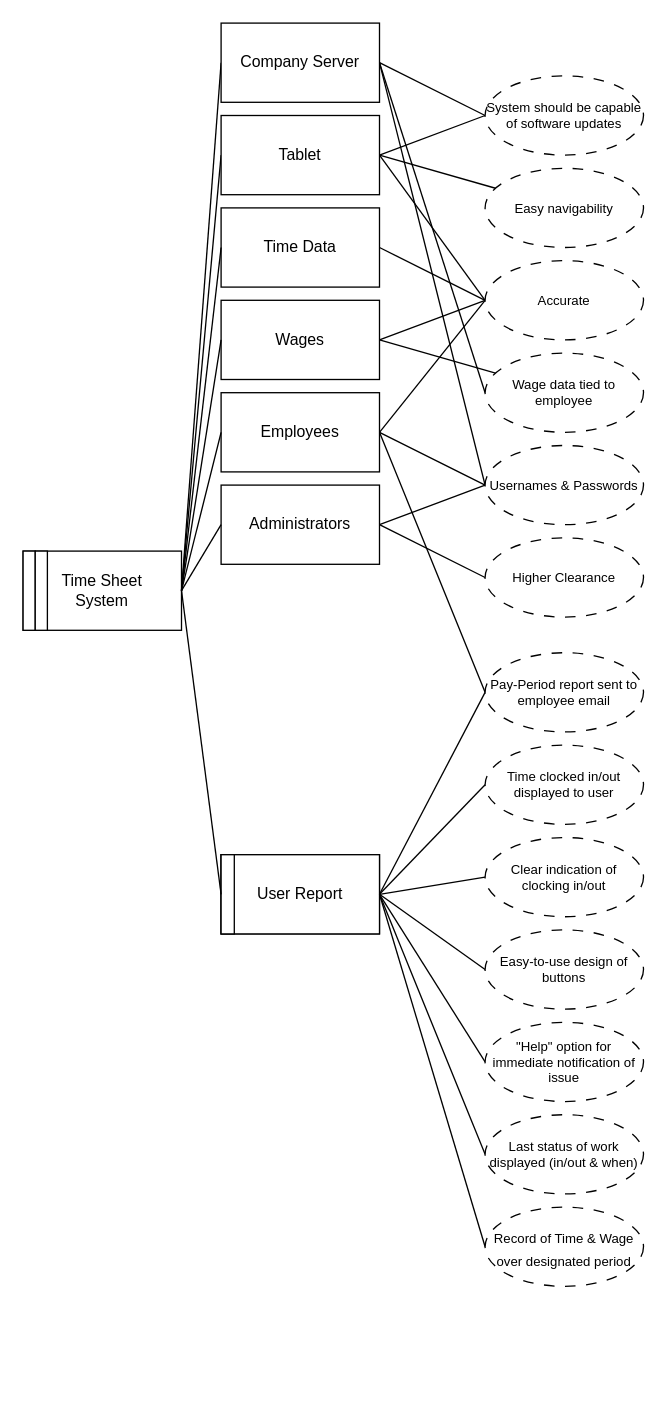
alexpeters25/CYBR-404 keeps this draw.io diagram as Assignments/Problem Frame/Problem Frame.drawio. Above is the earlier version. Source tidied: cells renumbered, new cells numbered last; positions are measured from the earlier drawing's top-left corner, leaving out a move shared by most shapes. Both pictures are drawn from the tidied source at 132%, with x=0, y=0 at pixel (22, 22).
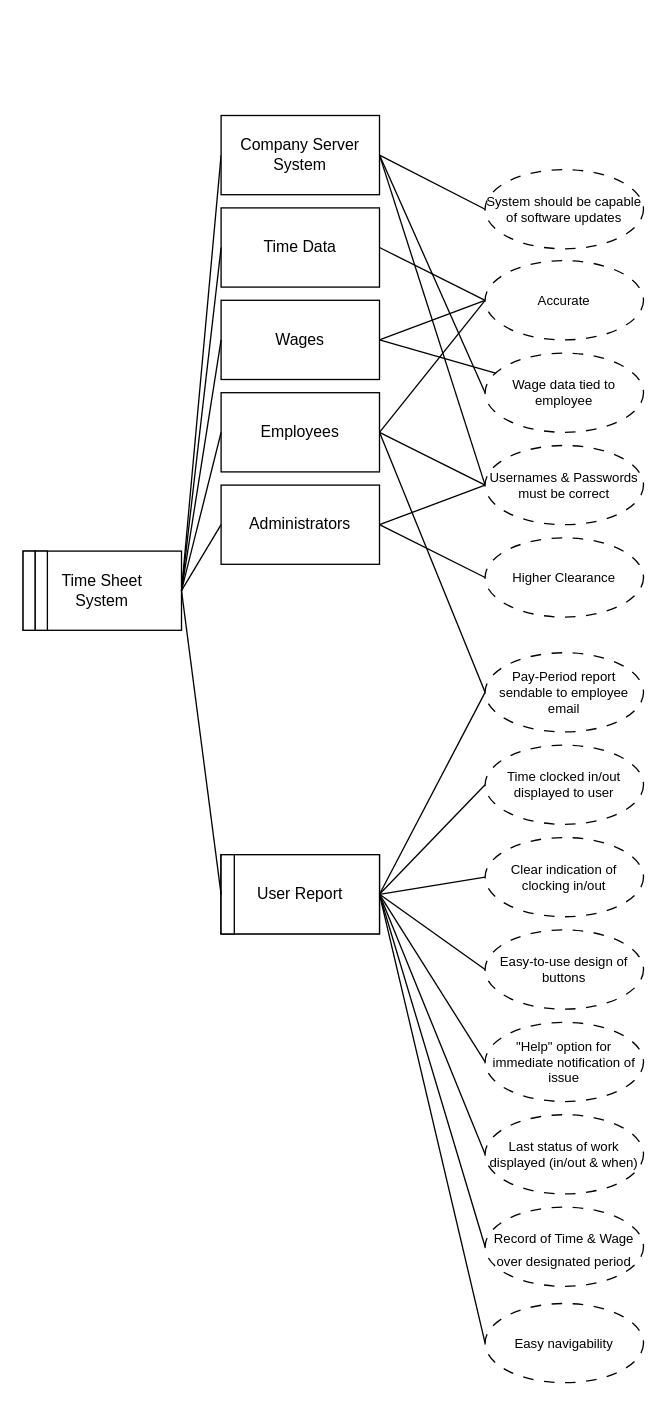
The same diagram, later.

Unchanged cells that the change refers to:
```xml
<mxCell id="3" value="User Report" style="rounded=0;whiteSpace=wrap;html=1;strokeColor=default;" parent="2" vertex="1">
  <mxGeometry width="120" height="60" as="geometry" />
</mxCell>
<mxCell id="38" value="Accurate" style="ellipse;whiteSpace=wrap;html=1;dashed=1;dashPattern=8 8;fontSize=10;strokeColor=default;" parent="1" vertex="1">
  <mxGeometry x="350" y="180" width="120" height="60" as="geometry" />
</mxCell>
```

The edit, as a diff of the source:
```diff
@@
-    <mxCell id="13" style="edgeStyle=none;shape=connector;rounded=0;jettySize=auto;html=1;entryX=1;entryY=0.5;entryDx=0;entryDy=0;strokeColor=default;align=center;verticalAlign=middle;fontFamily=Helvetica;fontSize=10;fontColor=default;labelBackgroundColor=default;endArrow=none;startFill=0;" parent="1" edge="1" source="14" target="45">
-      <mxGeometry relative="1" as="geometry" />
-    </mxCell>
+    <mxCell id="56" style="edgeStyle=none;shape=connector;rounded=0;jettySize=auto;html=1;exitX=0;exitY=0.5;exitDx=0;exitDy=0;entryX=1;entryY=0.5;entryDx=0;entryDy=0;strokeColor=default;align=center;verticalAlign=middle;fontFamily=Helvetica;fontSize=11;fontColor=default;labelBackgroundColor=default;startFill=0;endArrow=none;" parent="1" edge="1" source="14" target="3">
+      <mxGeometry relative="1" as="geometry" />
+    </mxCell>
     <mxCell id="14" value="Easy navigability " style="ellipse;whiteSpace=wrap;html=1;dashed=1;dashPattern=8 8;strokeColor=default;fontSize=10;" parent="1" vertex="1">
-      <mxGeometry x="350" y="110" width="120" height="60" as="geometry" />
+      <mxGeometry x="350" y="970" width="120" height="60" as="geometry" />
     </mxCell>
@@
-    <mxCell id="30" value="Usernames &amp;amp; Passwords" style="ellipse;whiteSpace=wrap;html=1;dashed=1;dashPattern=8 8;fontSize=10;strokeColor=default;" parent="1" vertex="1">
+    <mxCell id="30" value="Usernames &amp;amp; Passwords must be correct" style="ellipse;whiteSpace=wrap;html=1;dashed=1;dashPattern=8 8;fontSize=10;strokeColor=default;" parent="1" vertex="1">
       <mxGeometry x="350" y="320" width="120" height="60" as="geometry" />
     </mxCell>
@@
-    <mxCell id="36" style="edgeStyle=none;shape=connector;rounded=0;jettySize=auto;html=1;entryX=1;entryY=0.5;entryDx=0;entryDy=0;strokeColor=default;align=center;verticalAlign=middle;fontFamily=Helvetica;fontSize=10;fontColor=default;labelBackgroundColor=default;endArrow=none;exitX=0;exitY=0.5;exitDx=0;exitDy=0;startFill=0;" parent="1" edge="1" source="38" target="45">
-      <mxGeometry relative="1" as="geometry" />
-    </mxCell>
@@
-    <mxCell id="44" style="edgeStyle=none;shape=connector;rounded=0;jettySize=auto;html=1;strokeColor=default;align=center;verticalAlign=middle;fontFamily=Helvetica;fontSize=11;fontColor=default;labelBackgroundColor=default;endArrow=none;exitX=0;exitY=0.5;exitDx=0;exitDy=0;startFill=0;" parent="1" edge="1" source="45">
-      <mxGeometry relative="1" as="geometry">
-        <mxPoint x="120" y="430" as="targetPoint" />
-      </mxGeometry>
-    </mxCell>
-    <mxCell id="45" value="Tablet" style="rounded=0;whiteSpace=wrap;html=1;strokeColor=default;" parent="1" vertex="1">
-      <mxGeometry x="150" y="70" width="120" height="60" as="geometry" />
-    </mxCell>
-    <mxCell id="46" style="edgeStyle=none;shape=connector;rounded=0;jettySize=auto;html=1;entryX=1;entryY=0.5;entryDx=0;entryDy=0;strokeColor=default;align=center;verticalAlign=middle;fontFamily=Helvetica;fontSize=11;fontColor=default;labelBackgroundColor=default;endArrow=none;startFill=0;exitX=0;exitY=0.5;exitDx=0;exitDy=0;" parent="1" edge="1" source="48" target="45">
-      <mxGeometry relative="1" as="geometry" />
-    </mxCell>
@@
     <mxCell id="48" value="System should be capable of software updates" style="ellipse;whiteSpace=wrap;html=1;dashed=1;dashPattern=8 8;fontSize=10;" parent="1" vertex="1">
-      <mxGeometry x="350" y="40" width="120" height="60" as="geometry" />
+      <mxGeometry x="350" y="111" width="120" height="60" as="geometry" />
     </mxCell>
@@
-    <mxCell id="50" value="Company Server" style="rounded=0;whiteSpace=wrap;html=1;" parent="1" vertex="1">
-      <mxGeometry x="150" width="120" height="60" as="geometry" />
+    <mxCell id="50" value="Company Server System" style="rounded=0;whiteSpace=wrap;html=1;" parent="1" vertex="1">
+      <mxGeometry x="150" y="70" width="120" height="60" as="geometry" />
     </mxCell>
@@
-    <mxCell id="55" value="Pay-Period report sent to employee email" style="ellipse;whiteSpace=wrap;html=1;dashed=1;dashPattern=8 8;fontSize=10;" parent="1" vertex="1">
+    <mxCell id="55" value="Pay-Period report sendable to employee email" style="ellipse;whiteSpace=wrap;html=1;dashed=1;dashPattern=8 8;fontSize=10;" parent="1" vertex="1">
       <mxGeometry x="350" y="477" width="120" height="60" as="geometry" />
     </mxCell>
```
